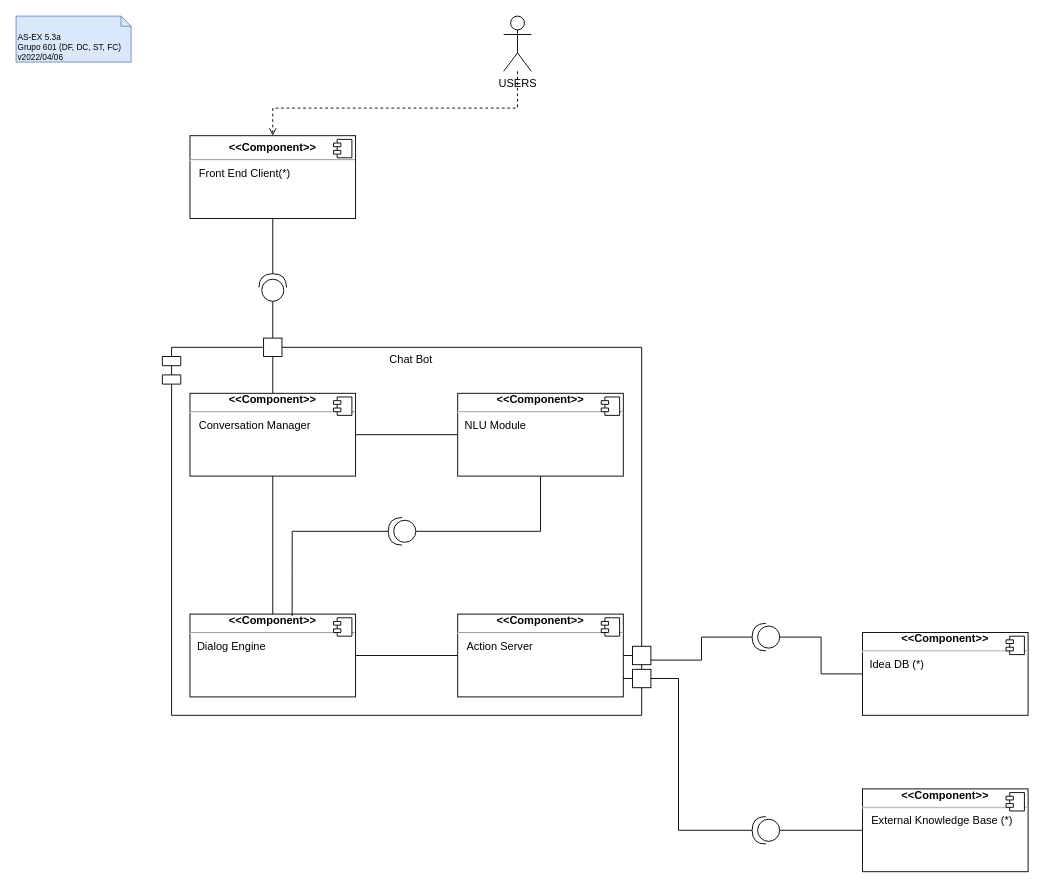
Above: page "5.3a" (2 of 3) of P/P05/P5.drawio in DavidAraujo98/AS (draw.io), before the change. Source tidied: cells renumbered, new cells numbered last; positions are measured from the earlier drawing's top-left corner, leaving out a move shared by most shapes. Both pictures are drawn from the tidied source at 92%, with x=0, y=0 at pixel (16, 16).
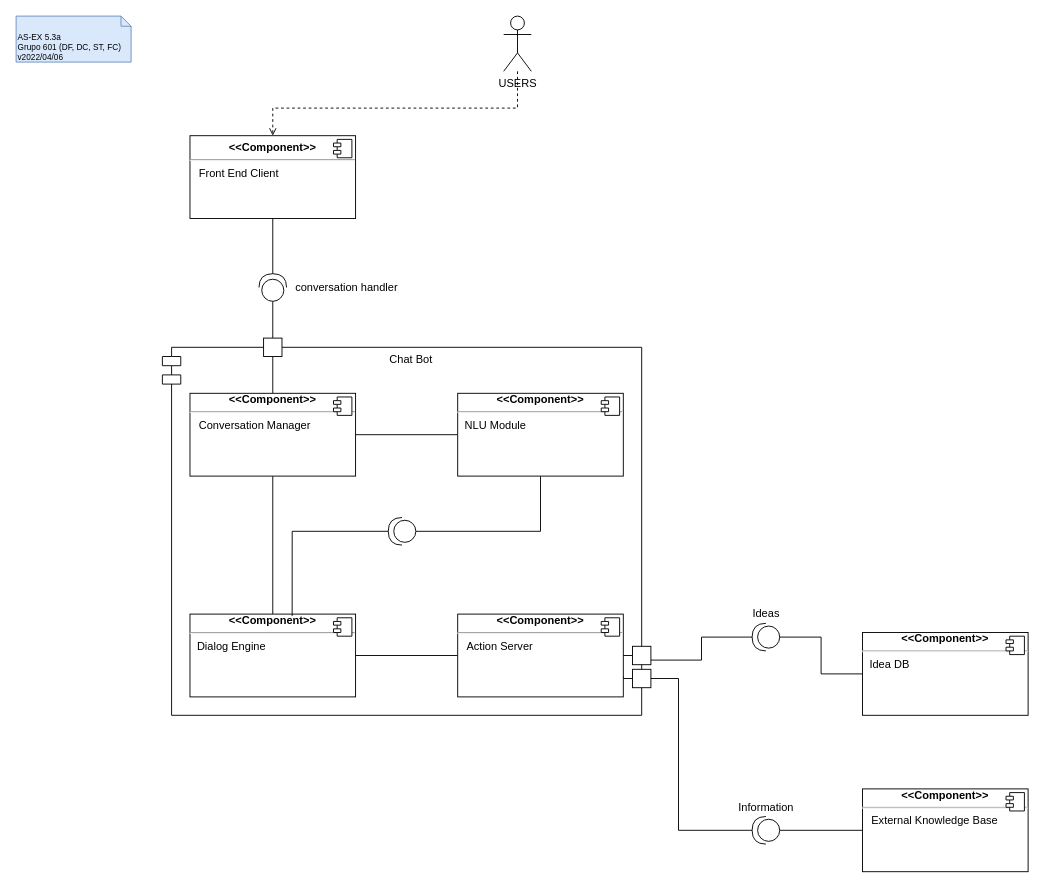
Above is the later version.

What changed in the source:
```diff
@@
-    <mxCell id="4" value="&lt;p style=&quot;margin: 0px ; margin-top: 6px ; text-align: center&quot;&gt;&lt;b&gt;&amp;lt;&amp;lt;Component&amp;gt;&amp;gt;&lt;/b&gt;&lt;/p&gt;&lt;hr&gt;&lt;b style=&quot;text-align: center&quot;&gt;&amp;nbsp; &amp;nbsp;&lt;/b&gt;&lt;span&gt;Front End Client(*)&lt;br&gt;&lt;/span&gt;" style="align=left;overflow=fill;html=1;" parent="1" vertex="1">
+    <mxCell id="4" value="&lt;p style=&quot;margin: 0px ; margin-top: 6px ; text-align: center&quot;&gt;&lt;b&gt;&amp;lt;&amp;lt;Component&amp;gt;&amp;gt;&lt;/b&gt;&lt;/p&gt;&lt;hr&gt;&lt;b style=&quot;text-align: center&quot;&gt;&amp;nbsp; &amp;nbsp;&lt;/b&gt;&lt;span&gt;Front End Client&lt;br&gt;&lt;/span&gt;" style="align=left;overflow=fill;html=1;" parent="1" vertex="1">
       <mxGeometry x="189" y="130" width="180" height="90" as="geometry" />
     </mxCell>
@@
-    <mxCell id="21" value="&lt;div style=&quot;text-align: center&quot;&gt;&lt;b&gt;&amp;lt;&amp;lt;Component&amp;gt;&amp;gt;&lt;/b&gt;&lt;/div&gt;&lt;hr style=&quot;text-align: center&quot;&gt;&lt;p style=&quot;margin: 0px ; margin-left: 8px&quot;&gt;&lt;span style=&quot;text-align: center&quot;&gt;Idea DB (*)&lt;/span&gt;&lt;br&gt;&lt;br&gt;&lt;/p&gt;" style="align=left;overflow=fill;html=1;" parent="1" vertex="1">
+    <mxCell id="21" value="&lt;div style=&quot;text-align: center&quot;&gt;&lt;b&gt;&amp;lt;&amp;lt;Component&amp;gt;&amp;gt;&lt;/b&gt;&lt;/div&gt;&lt;hr style=&quot;text-align: center&quot;&gt;&lt;p style=&quot;margin: 0px ; margin-left: 8px&quot;&gt;&lt;span style=&quot;text-align: center&quot;&gt;Idea DB&amp;nbsp;&lt;/span&gt;&lt;br&gt;&lt;br&gt;&lt;/p&gt;" style="align=left;overflow=fill;html=1;" parent="1" vertex="1">
       <mxGeometry x="920" y="670" width="180" height="90" as="geometry" />
     </mxCell>
@@
-    <mxCell id="23" value="&lt;div style=&quot;text-align: center&quot;&gt;&lt;b&gt;&amp;lt;&amp;lt;Component&amp;gt;&amp;gt;&lt;/b&gt;&lt;/div&gt;&lt;hr style=&quot;text-align: center&quot;&gt;&lt;p style=&quot;margin: 6px 0px 0px&quot;&gt;&amp;nbsp; &amp;nbsp;External Knowledge&amp;nbsp;&lt;span&gt;Base (*)&lt;/span&gt;&lt;/p&gt;" style="align=left;overflow=fill;html=1;" parent="1" vertex="1">
+    <mxCell id="23" value="&lt;div style=&quot;text-align: center&quot;&gt;&lt;b&gt;&amp;lt;&amp;lt;Component&amp;gt;&amp;gt;&lt;/b&gt;&lt;/div&gt;&lt;hr style=&quot;text-align: center&quot;&gt;&lt;p style=&quot;margin: 6px 0px 0px&quot;&gt;&amp;nbsp; &amp;nbsp;External Knowledge&amp;nbsp;&lt;span&gt;Base&amp;nbsp;&lt;/span&gt;&lt;/p&gt;" style="align=left;overflow=fill;html=1;" parent="1" vertex="1">
       <mxGeometry x="920" y="840" width="180" height="90" as="geometry" />
     </mxCell>
@@
+    <mxCell id="40" value="conversation handler" style="text;html=1;align=center;verticalAlign=middle;fillColor=none;strokeColor=none;rounded=0;" parent="1" vertex="1">
+      <mxGeometry x="294" y="285" width="130" height="20" as="geometry" />
+    </mxCell>
+    <mxCell id="41" value="Ideas" style="text;html=1;align=center;verticalAlign=middle;fillColor=none;strokeColor=none;rounded=0;" parent="1" vertex="1">
+      <mxGeometry x="795" y="640" width="40" height="20" as="geometry" />
+    </mxCell>
+    <mxCell id="42" value="Information" style="text;html=1;align=center;verticalAlign=middle;fillColor=none;strokeColor=none;rounded=0;" parent="1" vertex="1">
+      <mxGeometry x="775" y="850" width="80" height="20" as="geometry" />
+    </mxCell>
```
